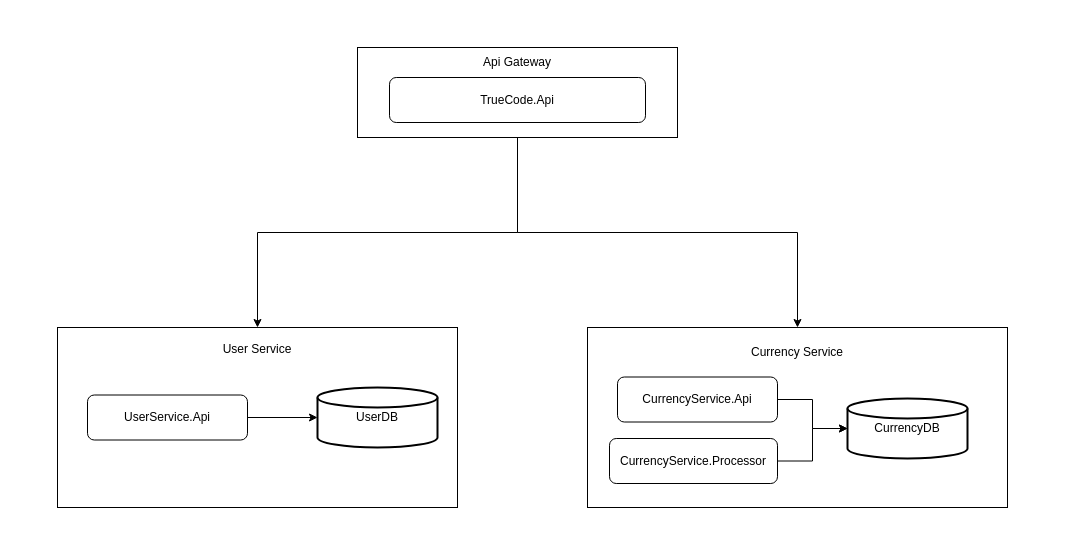
This is docs/Architecture.drawio from CrazyPear111/TrueCode, a draw.io file, before an edit. Source tidied: cells renumbered, new cells numbered last; positions are measured from the earlier drawing's top-left corner, leaving out a move shared by most shapes. Both pictures are drawn from the tidied source at 100%, with x=0, y=0 at pixel (27, 17).
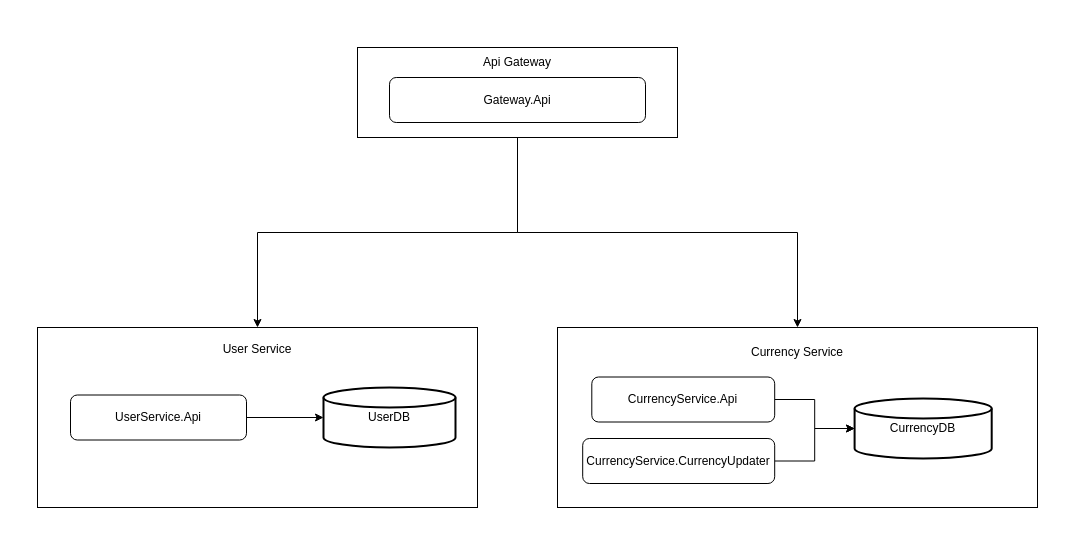
The same page after the edit.

Unchanged cells that the change refers to:
```xml
<mxCell id="6" style="group;" parent="4" vertex="1">
  <mxGeometry x="32" y="30" width="256" height="45" as="geometry" />
</mxCell>
```

Diff of the diagram source:
```diff
@@
+    <mxCell id="28" style="rounded=0;whiteSpace=wrap;html=1;opacity=0;" parent="1" vertex="1">
+      <mxGeometry x="-10" width="1040" height="520" as="geometry" />
+    </mxCell>
@@
-    <mxCell id="7" value="TrueCode.Api" style="rounded=1;whiteSpace=wrap;html=1;" parent="6" vertex="1">
+    <mxCell id="7" value="Gateway.Api" style="rounded=1;whiteSpace=wrap;html=1;" parent="6" vertex="1">
       <mxGeometry width="256" height="45" as="geometry" />
     </mxCell>
@@
     <mxCell id="9" style="group;" parent="1" vertex="1">
-      <mxGeometry x="30" y="310" width="400" height="180" as="geometry" />
+      <mxGeometry x="10" y="310" width="440" height="180" as="geometry" />
     </mxCell>
     <mxCell id="10" style="rounded=0;whiteSpace=wrap;html=1;" parent="9" vertex="1">
-      <mxGeometry width="400" height="180" as="geometry" />
+      <mxGeometry width="440" height="180" as="geometry" />
     </mxCell>
     <mxCell id="11" value="User Service" style="text;html=1;align=center;verticalAlign=middle;whiteSpace=wrap;rounded=0;" parent="9" vertex="1">
-      <mxGeometry x="140" y="7" width="120" height="30" as="geometry" />
+      <mxGeometry x="154" y="7" width="132" height="30" as="geometry" />
     </mxCell>
@@
     <mxCell id="13" style="group;" parent="9" vertex="1">
-      <mxGeometry x="260" y="60" width="120" height="60" as="geometry" />
+      <mxGeometry x="286" y="60" width="132" height="60" as="geometry" />
     </mxCell>
     <mxCell id="14" value="UserDB" style="strokeWidth=2;html=1;shape=mxgraph.flowchart.database;whiteSpace=wrap;" parent="13" vertex="1">
-      <mxGeometry width="120" height="60" as="geometry" />
+      <mxGeometry width="132" height="60" as="geometry" />
     </mxCell>
     <mxCell id="15" style="group;" parent="9" vertex="1">
-      <mxGeometry x="30" y="67.5" width="160" height="45" as="geometry" />
+      <mxGeometry x="33" y="67.5" width="176" height="45" as="geometry" />
     </mxCell>
     <mxCell id="16" value="UserService.Api" style="rounded=1;whiteSpace=wrap;html=1;" parent="15" vertex="1">
-      <mxGeometry width="160" height="45" as="geometry" />
+      <mxGeometry width="176" height="45" as="geometry" />
     </mxCell>
     <mxCell id="17" style="group;" parent="1" vertex="1">
-      <mxGeometry x="560" y="310" width="420" height="180" as="geometry" />
+      <mxGeometry x="530" y="310" width="480" height="180" as="geometry" />
     </mxCell>
     <mxCell id="18" style="rounded=0;whiteSpace=wrap;html=1;" parent="17" vertex="1">
-      <mxGeometry width="420" height="180" as="geometry" />
+      <mxGeometry width="480" height="180" as="geometry" />
     </mxCell>
     <mxCell id="19" value="Currency Service" style="text;html=1;align=center;verticalAlign=middle;whiteSpace=wrap;rounded=0;" parent="17" vertex="1">
-      <mxGeometry x="160" y="7" width="100" height="35" as="geometry" />
+      <mxGeometry x="182.9" y="7" width="114.3" height="35" as="geometry" />
     </mxCell>
@@
     <mxCell id="22" style="group;" parent="17" vertex="1">
-      <mxGeometry x="260" y="71" width="120" height="60" as="geometry" />
+      <mxGeometry x="297.1" y="71" width="137.1" height="60" as="geometry" />
     </mxCell>
     <mxCell id="23" value="CurrencyDB" style="strokeWidth=2;html=1;shape=mxgraph.flowchart.database;whiteSpace=wrap;" parent="22" vertex="1">
-      <mxGeometry width="120" height="60" as="geometry" />
+      <mxGeometry width="137.1" height="60" as="geometry" />
     </mxCell>
     <mxCell id="24" style="group;" parent="17" vertex="1">
-      <mxGeometry x="30" y="49.5" width="160" height="45" as="geometry" />
+      <mxGeometry x="34.3" y="49.5" width="182.9" height="45" as="geometry" />
     </mxCell>
     <mxCell id="25" value="CurrencyService.Api" style="rounded=1;whiteSpace=wrap;html=1;" parent="24" vertex="1">
-      <mxGeometry width="160" height="45" as="geometry" />
+      <mxGeometry width="182.9" height="45" as="geometry" />
     </mxCell>
     <mxCell id="26" style="group;" parent="17" vertex="1">
-      <mxGeometry x="32" y="111" width="158" height="45" as="geometry" />
+      <mxGeometry x="36.6" y="111" width="180.6" height="45" as="geometry" />
     </mxCell>
-    <mxCell id="27" value="CurrencyService.Processor" style="rounded=1;whiteSpace=wrap;html=1;" parent="26" vertex="1">
-      <mxGeometry x="-10" width="168" height="45" as="geometry" />
+    <mxCell id="27" value="CurrencyService.CurrencyUpdater" style="rounded=1;whiteSpace=wrap;html=1;" parent="26" vertex="1">
+      <mxGeometry x="-11.4" width="192" height="45" as="geometry" />
     </mxCell>
-    <mxCell id="28" style="rounded=0;whiteSpace=wrap;html=1;opacity=0;" parent="1" vertex="1">
-      <mxGeometry width="1010" height="520" as="geometry" />
-    </mxCell>
```
